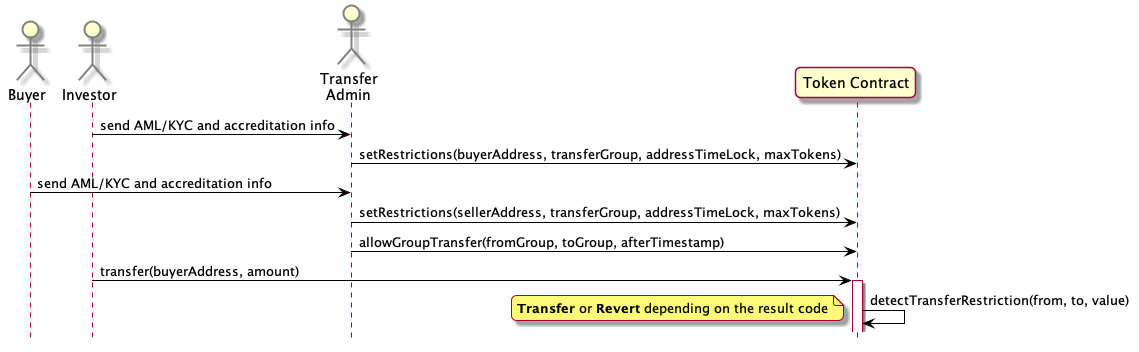
Above: docs/plant-uml-diagrams/transfer-restrictions.png in melmel27/comakery (PlantUML), before the change.
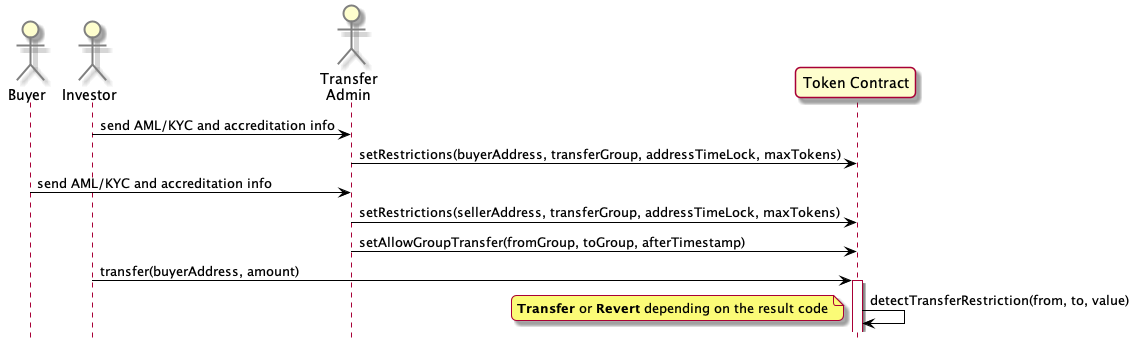
Later version of the same file.

Commit message:
rename allowGroupTransfer -> setAllowGroupTransfer

Change to the diagram source:
```diff
@@ -16,7 +16,7 @@
 
 Buyer -> TAdmin: send AML/KYC and accreditation info
 TAdmin -> Token: setRestrictions(sellerAddress, transferGroup, addressTimeLock, maxTokens)
-TAdmin -> Token: allowGroupTransfer(fromGroup, toGroup, afterTimestamp)
+TAdmin -> Token: setAllowGroupTransfer(fromGroup, toGroup, afterTimestamp)
 
 Investor -> Token: transfer(buyerAddress, amount)
 activate Token
```
